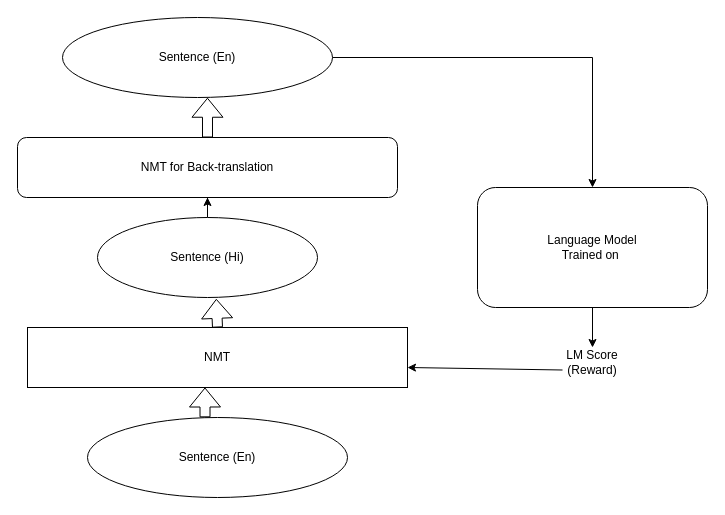
babangain/drawio keeps this draw.io diagram as backtranslated_LM_reward.drawio. Above is the earlier version. Source tidied: cells renumbered, new cells numbered last; positions are measured from the earlier drawing's top-left corner, leaving out a move shared by most shapes. Both pictures are drawn from the tidied source at 100%, with x=0, y=0 at pixel (17, 17).
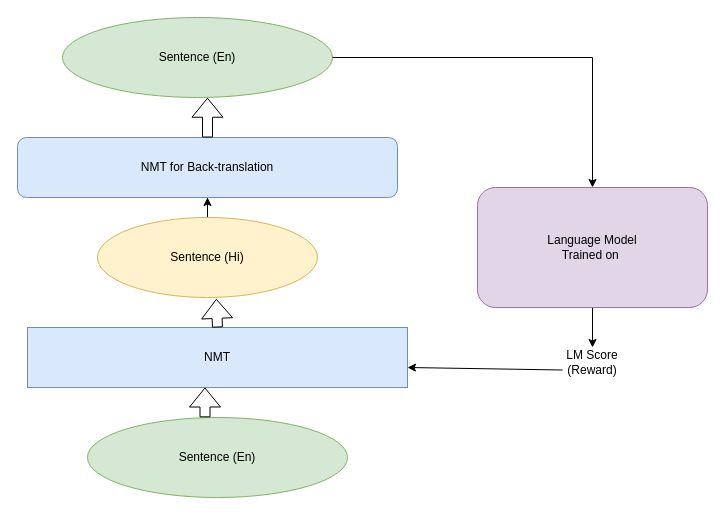
After the change.

The edit, as a diff of the source:
```diff
@@
 <mxGraphModel>
   <root>
     <mxCell id="0" />
     <mxCell id="1" parent="0" />
-    <mxCell id="2" value="&lt;p style=&quot;line-height: 2.6;&quot;&gt;NMT&lt;/p&gt;" style="rounded=0;whiteSpace=wrap;html=1;" parent="1" vertex="1">
+    <mxCell id="2" value="&lt;p style=&quot;line-height: 2.6;&quot;&gt;NMT&lt;/p&gt;" style="rounded=0;whiteSpace=wrap;html=1;fillColor=#dae8fc;strokeColor=#6c8ebf;" parent="1" vertex="1">
       <mxGeometry x="10" y="310" width="380" height="60" as="geometry" />
     </mxCell>
-    <mxCell id="3" value="Sentence (En)" style="ellipse;whiteSpace=wrap;html=1;" parent="1" vertex="1">
+    <mxCell id="3" value="Sentence (En)" style="ellipse;whiteSpace=wrap;html=1;fillColor=#d5e8d4;strokeColor=#82b366;" parent="1" vertex="1">
       <mxGeometry x="70" y="400" width="260" height="80" as="geometry" />
     </mxCell>
     <mxCell id="4" style="shape=flexArrow;endArrow=classic;html=1;rounded=0;exitX=0.452;exitY=-0.002;exitDx=0;exitDy=0;exitPerimeter=0;entryX=0.467;entryY=1;entryDx=0;entryDy=0;entryPerimeter=0;" parent="1" edge="1" source="3" target="2">
       <mxGeometry relative="1" as="geometry" />
     </mxCell>
     <mxCell id="5" style="edgeStyle=orthogonalEdgeStyle;rounded=0;jettySize=auto;html=1;" parent="1" edge="1" source="6" target="10">
       <mxGeometry relative="1" as="geometry" />
     </mxCell>
-    <mxCell id="6" value="Sentence (Hi)" style="ellipse;whiteSpace=wrap;html=1;" parent="1" vertex="1">
+    <mxCell id="6" value="Sentence (Hi)" style="ellipse;whiteSpace=wrap;html=1;fillColor=#fff2cc;strokeColor=#d6b656;" parent="1" vertex="1">
       <mxGeometry x="80" y="200" width="220" height="80" as="geometry" />
     </mxCell>
     <mxCell id="7" style="shape=flexArrow;endArrow=classic;html=1;rounded=0;exitX=0.5;exitY=0;exitDx=0;exitDy=0;entryX=0.54;entryY=1.017;entryDx=0;entryDy=0;entryPerimeter=0;" parent="1" edge="1" source="2" target="6">
       <mxGeometry relative="1" as="geometry" />
     </mxCell>
     <mxCell id="8" style="edgeStyle=orthogonalEdgeStyle;rounded=0;jettySize=auto;html=1;" parent="1" edge="1" source="9" target="14">
       <mxGeometry relative="1" as="geometry" />
     </mxCell>
-    <mxCell id="9" value="Language Model&lt;br&gt;Trained on&amp;nbsp;" style="rounded=1;whiteSpace=wrap;html=1;" parent="1" vertex="1">
+    <mxCell id="9" value="Language Model&lt;br&gt;Trained on&amp;nbsp;" style="rounded=1;whiteSpace=wrap;html=1;fillColor=#e1d5e7;strokeColor=#9673a6;" parent="1" vertex="1">
       <mxGeometry x="460" y="170" width="230" height="120" as="geometry" />
     </mxCell>
-    <mxCell id="10" value="NMT for Back-translation" style="rounded=1;whiteSpace=wrap;html=1;" parent="1" vertex="1">
+    <mxCell id="10" value="NMT for Back-translation" style="rounded=1;whiteSpace=wrap;html=1;fillColor=#dae8fc;strokeColor=#6c8ebf;" parent="1" vertex="1">
       <mxGeometry y="120" width="380" height="60" as="geometry" />
     </mxCell>
-    <mxCell id="11" value="Sentence (En)" style="ellipse;whiteSpace=wrap;html=1;" parent="1" vertex="1">
+    <mxCell id="11" value="Sentence (En)" style="ellipse;whiteSpace=wrap;html=1;fillColor=#d5e8d4;strokeColor=#82b366;" parent="1" vertex="1">
       <mxGeometry x="45" width="270" height="80" as="geometry" />
     </mxCell>
     <mxCell id="12" style="shape=flexArrow;endArrow=classic;html=1;rounded=0;exitX=0.5;exitY=0;exitDx=0;exitDy=0;entryX=0.537;entryY=1.003;entryDx=0;entryDy=0;entryPerimeter=0;" parent="1" edge="1" source="10" target="11">
       <mxGeometry relative="1" as="geometry" />
     </mxCell>
     <mxCell id="13" style="edgeStyle=segmentEdgeStyle;endArrow=classic;html=1;rounded=0;exitX=1;exitY=0.5;exitDx=0;exitDy=0;" parent="1" edge="1" source="11" target="9">
       <mxGeometry relative="1" as="geometry" />
     </mxCell>
     <mxCell id="14" value="LM Score (Reward)" style="text;html=1;strokeColor=none;fillColor=none;align=center;verticalAlign=middle;whiteSpace=wrap;rounded=0;" parent="1" vertex="1">
       <mxGeometry x="545" y="330" width="60" height="30" as="geometry" />
     </mxCell>
     <mxCell id="15" style="endArrow=classic;html=1;rounded=0;exitX=0;exitY=0.75;exitDx=0;exitDy=0;" parent="1" edge="1" source="14">
       <mxGeometry relative="1" as="geometry">
         <mxPoint x="390" y="350" as="targetPoint" />
       </mxGeometry>
     </mxCell>
   </root>
 </mxGraphModel>
```
